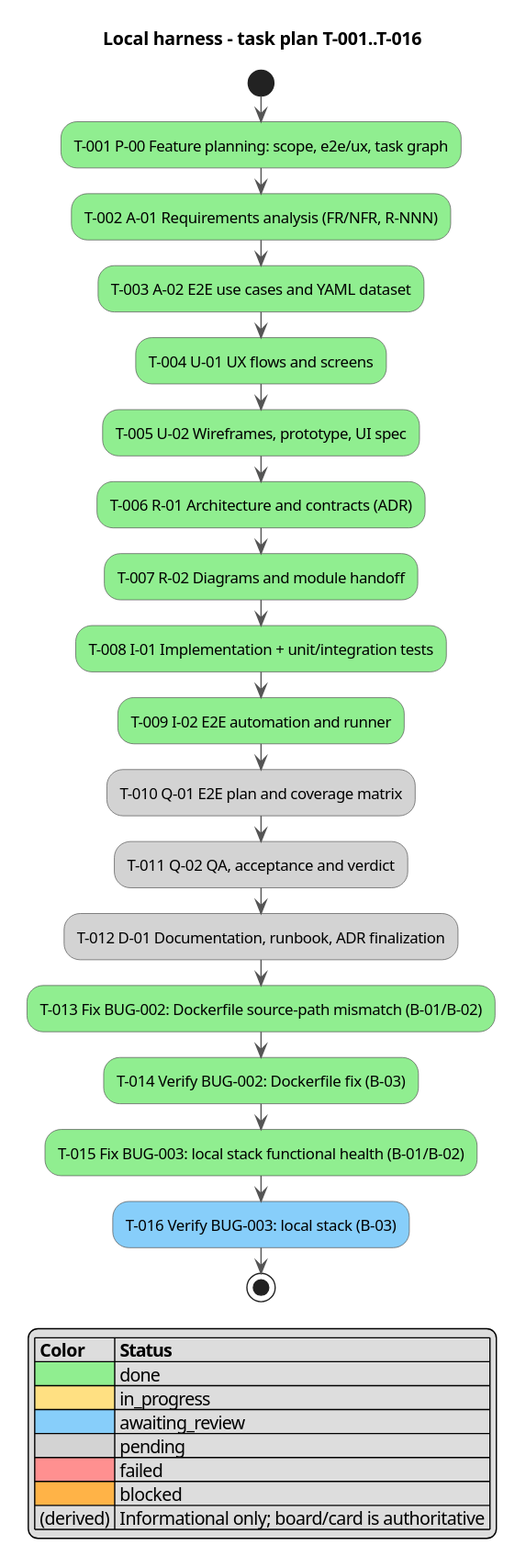
The PlantUML diagram docs/activity.svg in serge-sasov/ai-task-tracker, before a commit. Its diagram source:
```plantuml
@startuml
skinparam defaultFontName Segoe UI
skinparam ActivityBackgroundColor #FFFFFF
skinparam ActivityBorderColor #555555
skinparam ArrowColor #555555
title Local harness - task plan T-001..T-016

start
:T-001 P-00 Feature planning: scope, e2e/ux, task graph; <<#90EE90>>
:T-002 A-01 Requirements analysis (FR/NFR, R-NNN); <<#90EE90>>
:T-003 A-02 E2E use cases and YAML dataset; <<#90EE90>>
:T-004 U-01 UX flows and screens; <<#90EE90>>
:T-005 U-02 Wireframes, prototype, UI spec; <<#90EE90>>
:T-006 R-01 Architecture and contracts (ADR); <<#90EE90>>
:T-007 R-02 Diagrams and module handoff; <<#90EE90>>
:T-008 I-01 Implementation + unit/integration tests; <<#90EE90>>
:T-009 I-02 E2E automation and runner; <<#90EE90>>
:T-010 Q-01 E2E plan and coverage matrix; <<#D3D3D3>>
:T-011 Q-02 QA, acceptance and verdict; <<#D3D3D3>>
:T-012 D-01 Documentation, runbook, ADR finalization; <<#D3D3D3>>
:T-013 Fix BUG-002: Dockerfile source-path mismatch (B-01/B-02); <<#90EE90>>
:T-014 Verify BUG-002: Dockerfile fix (B-03); <<#90EE90>>
:T-015 Fix BUG-003: local stack functional health (B-01/B-02); <<#90EE90>>
:T-016 Verify BUG-003: local stack (B-03); <<#87CEFA>>
stop

legend right
|= Color |= Status |
|<#90EE90>| done |
|<#FFE082>| in_progress |
|<#87CEFA>| awaiting_review |
|<#D3D3D3>| pending |
|<#FF9090>| failed |
|<#FFB347>| blocked |
| (derived) | Informational only; board/card is authoritative |
endlegend
@enduml
```
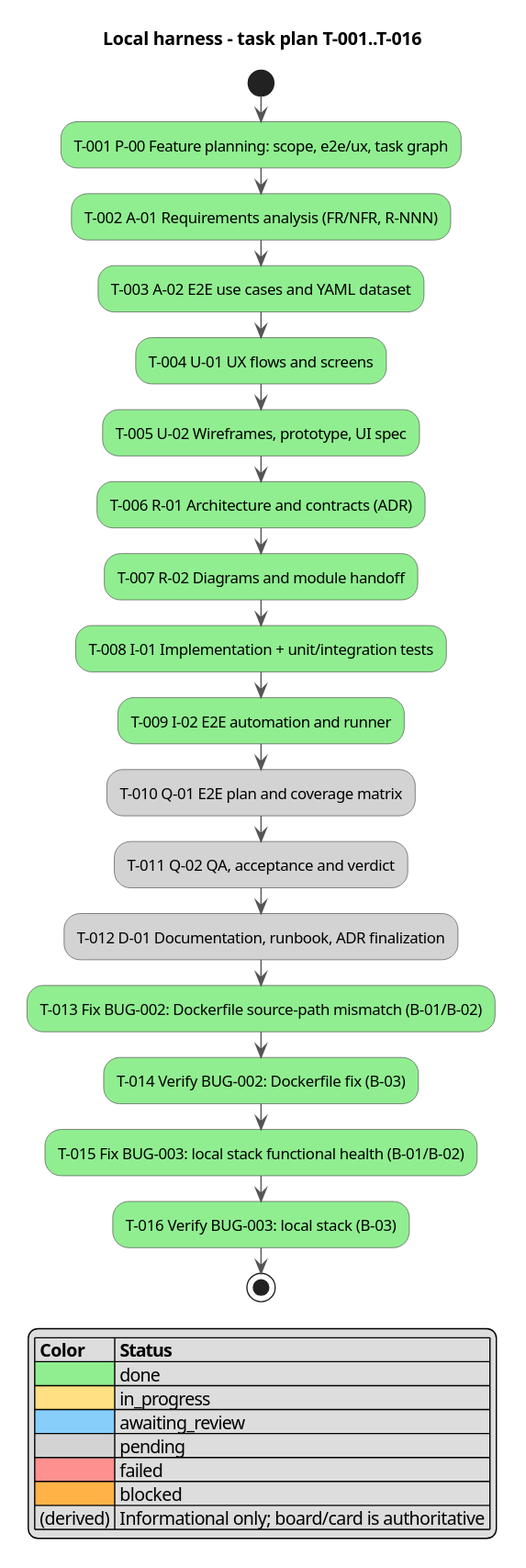
Above is the later version.

Change to the diagram source:
```diff
@@ -21,7 +21,7 @@
 :T-013 Fix BUG-002: Dockerfile source-path mismatch (B-01/B-02); <<#90EE90>>
 :T-014 Verify BUG-002: Dockerfile fix (B-03); <<#90EE90>>
 :T-015 Fix BUG-003: local stack functional health (B-01/B-02); <<#90EE90>>
-:T-016 Verify BUG-003: local stack (B-03); <<#87CEFA>>
+:T-016 Verify BUG-003: local stack (B-03); <<#90EE90>>
 stop
 
 legend right
```
